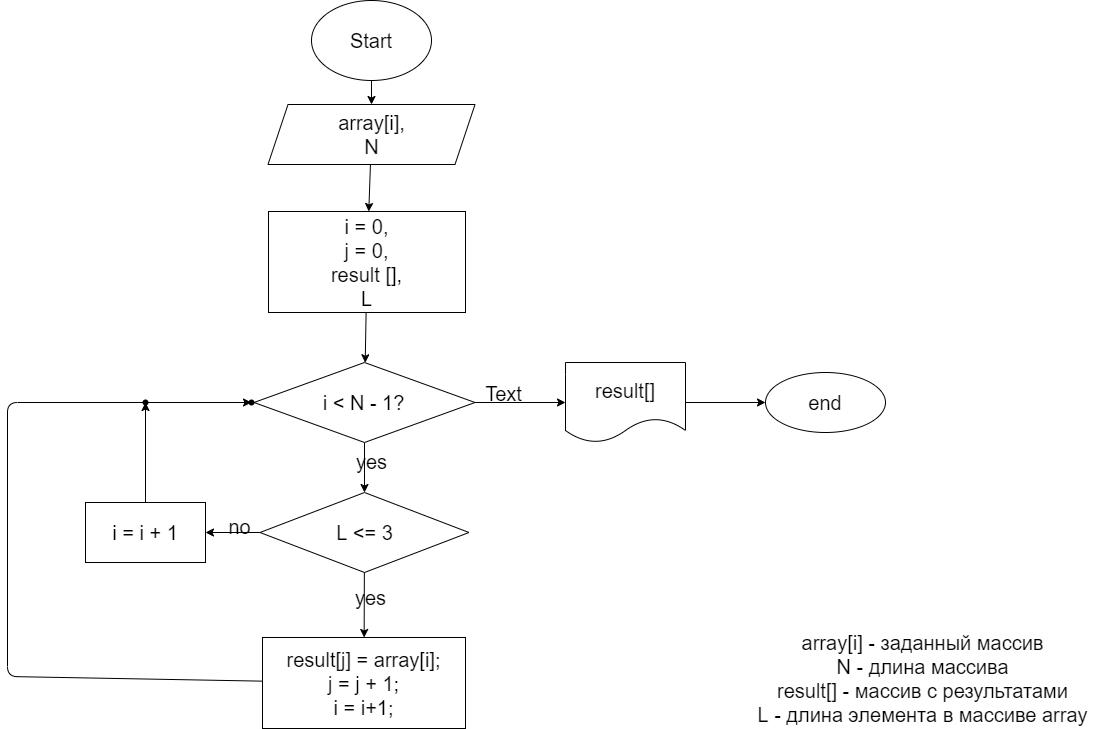
The draw.io diagram diagram.drawio.png in azl23/FinalHomework, before a commit. Source tidied: cells renumbered, new cells last; positions are measured from the earlier drawing's top-left corner, leaving out a move shared by most shapes.
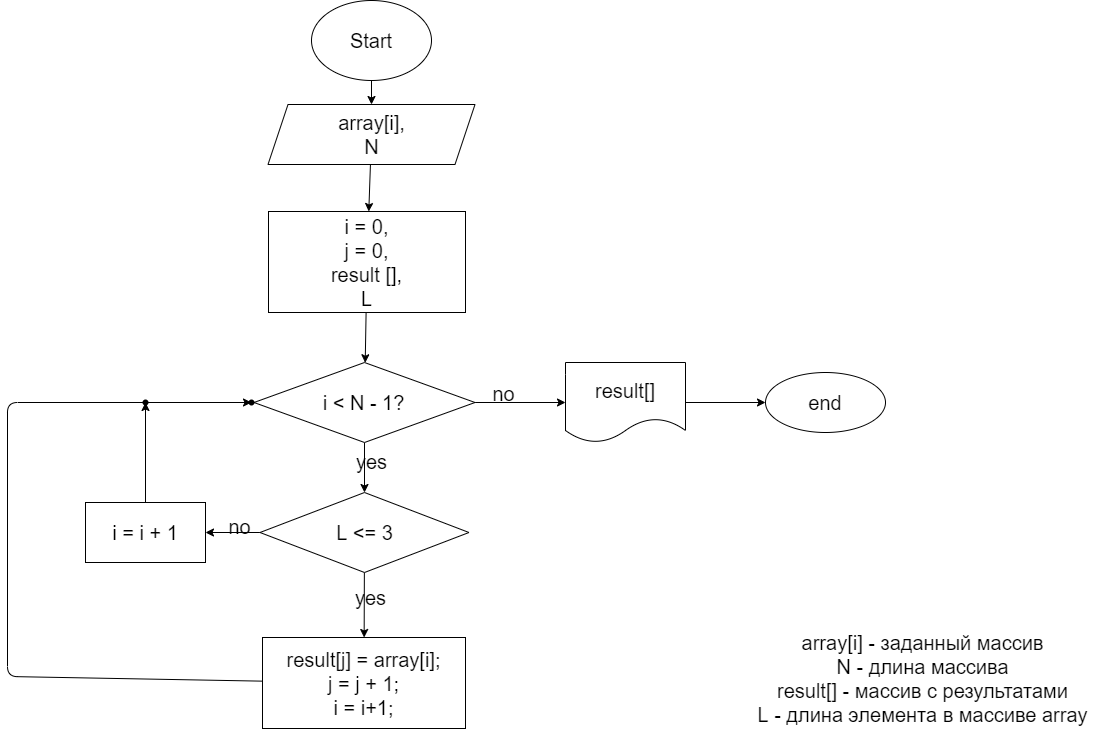
After the commit.

Diff of the diagram source:
```diff
@@ -82,8 +82,8 @@
     <mxCell id="26" value="array[i] - заданный массив&lt;br&gt;N - длина массива&lt;br&gt;result[] - массив с результатами&lt;br&gt;L - длина элемента в массиве array" style="text;html=1;align=center;verticalAlign=middle;strokeColor=none;fillColor=none;fontSize=20;" parent="1" vertex="1">
       <mxGeometry x="745" y="628" width="339" height="100" as="geometry" />
     </mxCell>
-    <mxCell id="27" value="Text" style="text;html=1;align=center;verticalAlign=middle;strokeColor=none;fillColor=none;fontSize=20;" parent="1" vertex="1">
-      <mxGeometry x="476" y="383" width="40" height="20" as="geometry" />
+    <mxCell id="27" value="no" style="text;html=1;align=center;verticalAlign=middle;strokeColor=none;fillColor=none;fontSize=20;" parent="1" vertex="1">
+      <mxGeometry x="480" y="379" width="32" height="28" as="geometry" />
     </mxCell>
   </root>
 </mxGraphModel>
```
